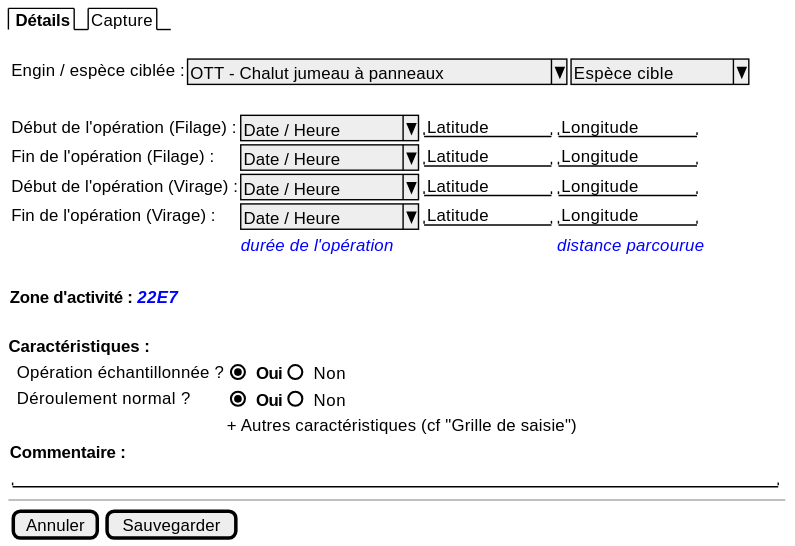
Earlier version of the PlantUML export projects/obsmer/spe/images/operation-trawl.svg (sumaris-net/sumaris-doc). Its source is kept beside it as projects/obsmer/spe/images/operation-trawl.puml.
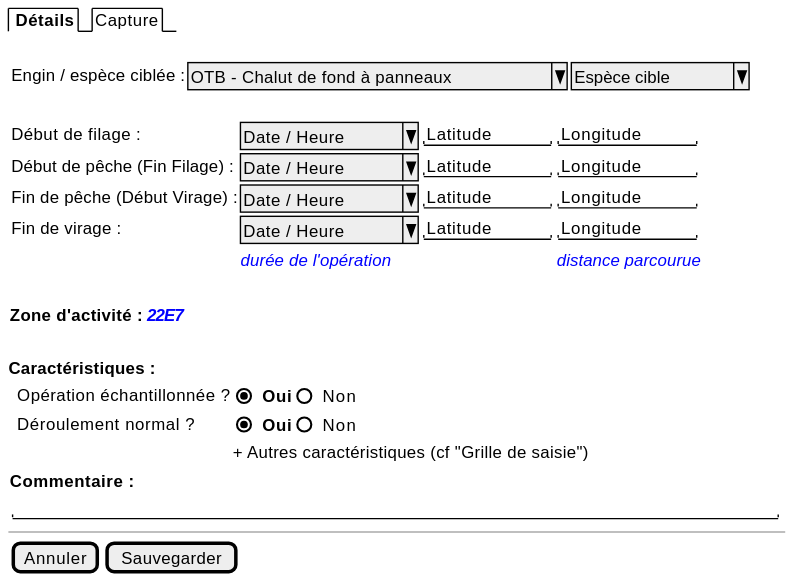
After the change.

Commit message:
enh(projects/obsmer/spe) Add UI for vessel association fix(projects/obsmer/spe) Fix operation UI start/end fields

What changed in the source:
```diff
@@ -4,13 +4,13 @@
   {/ <b> Détails | Capture }
   .
     {
-      { Engin / espèce ciblée : | ^ OTT - Chalut jumeau à panneaux ^ | ^ Espèce cible ^ }
+      { Engin / espèce ciblée : | ^ OTB - Chalut de fond à panneaux^ | ^ Espèce cible ^ }
         .
       {
-        Début de l'opération (Filage) : | ^ Date / Heure ^ | "Latitude   " | "Longitude   "
-        Fin de l'opération (Filage) :   | ^ Date / Heure ^ | "Latitude   " | "Longitude   "
-        Début de l'opération (Virage) : | ^ Date / Heure ^ | "Latitude   " | "Longitude   "
-        Fin de l'opération (Virage) :   | ^ Date / Heure ^ | "Latitude   " | "Longitude   "
+        Début de filage : | ^ Date / Heure ^ | "Latitude   " | "Longitude   "
+        Début de pêche (Fin Filage) :   | ^ Date / Heure ^ | "Latitude   " | "Longitude   "
+        Fin de pêche (Début Virage) : | ^ Date / Heure ^ | "Latitude   " | "Longitude   "
+        Fin de virage :   | ^ Date / Heure ^ | "Latitude   " | "Longitude   "
         . | <i><color:blue>durée de l'opération | . | <i><color:blue>distance parcourue
       }
     }
```
